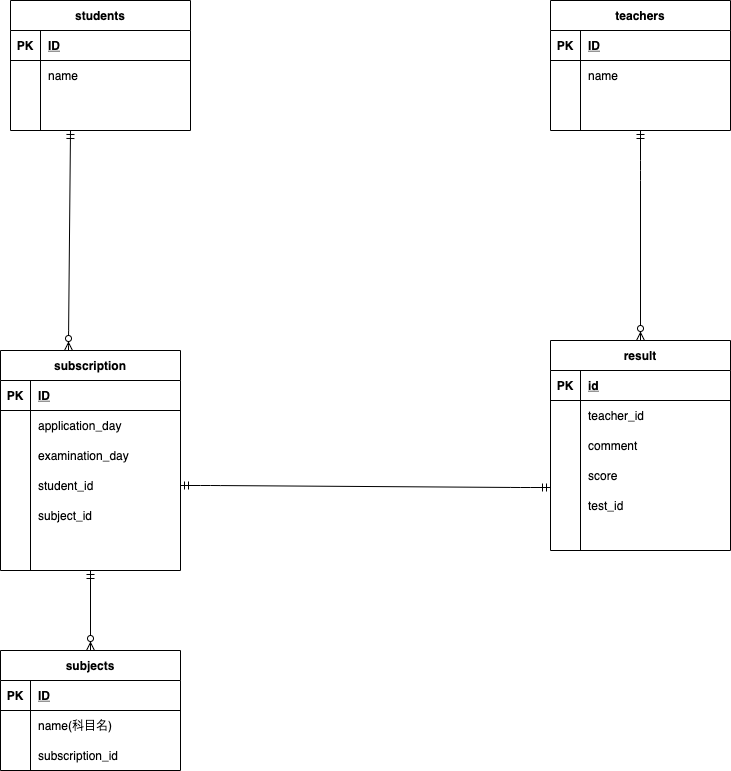
Above: index.drawio.png in mkiim/ERD (draw.io), before the change. Source tidied: cells renumbered, new cells last; positions are measured from the earlier drawing's top-left corner, leaving out a move shared by most shapes.
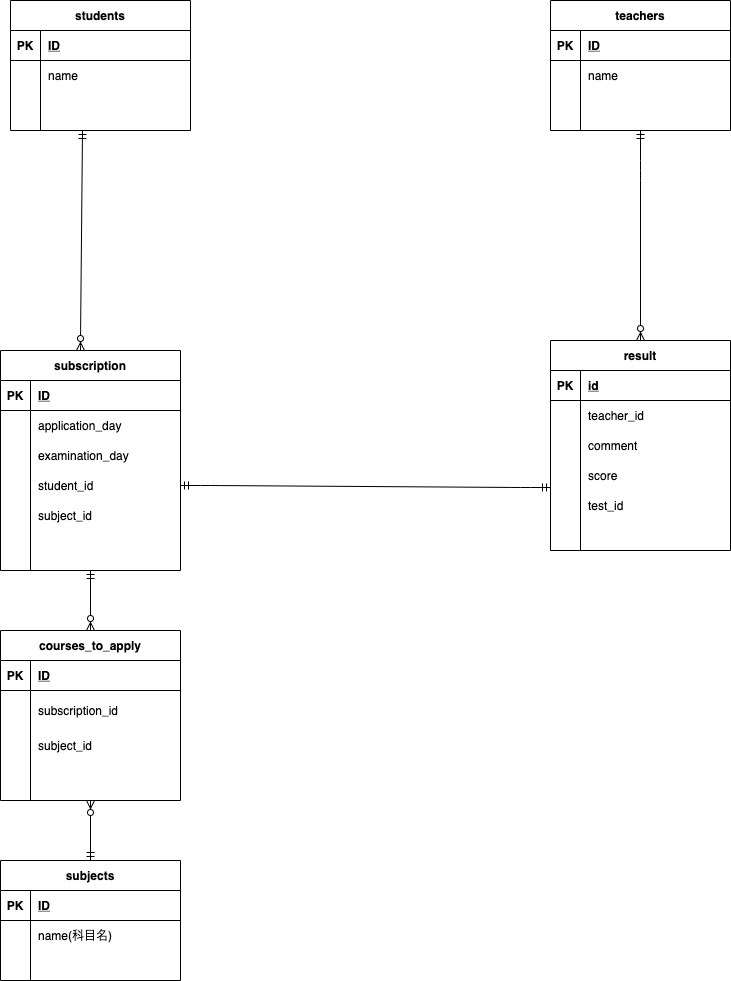
After the change.

Diff of the diagram source:
```diff
@@ -111,7 +111,7 @@
       <mxGeometry x="30" width="150" height="30" as="geometry" />
     </mxCell>
     <mxCell id="38" value="subjects" style="shape=table;startSize=30;rowLines=0;fontStyle=1;align=center;" parent="1" vertex="1">
-      <mxGeometry y="650" width="180" height="120" as="geometry" />
+      <mxGeometry y="860" width="180" height="120" as="geometry" />
     </mxCell>
     <mxCell id="39" style="shape=partialRectangle;fillColor=none;top=0;left=0;bottom=1;right=0;" parent="38" vertex="1">
       <mxGeometry y="30" width="180" height="30" as="geometry" />
@@ -137,7 +137,7 @@
     <mxCell id="46" style="shape=partialRectangle;fillColor=none;top=0;left=0;bottom=0;right=0;overflow=hidden;" parent="45" vertex="1">
       <mxGeometry width="30" height="30" as="geometry" />
     </mxCell>
-    <mxCell id="47" value="subscription_id" style="shape=partialRectangle;fillColor=none;top=0;left=0;bottom=0;right=0;align=left;spacingLeft=6;overflow=hidden;" parent="45" vertex="1">
+    <mxCell id="47" style="shape=partialRectangle;fillColor=none;top=0;left=0;bottom=0;right=0;align=left;spacingLeft=6;overflow=hidden;" parent="45" vertex="1">
       <mxGeometry x="30" width="150" height="30" as="geometry" />
     </mxCell>
     <mxCell id="48" style="fontSize=12;html=1;endArrow=ERzeroToMany;startArrow=ERmandOne;entryX=0.5;entryY=0;entryDx=0;entryDy=0;exitX=0.5;exitY=1;exitDx=0;exitDy=0;" parent="1" edge="1" source="12" target="22">
@@ -200,15 +200,59 @@
     </mxCell>
     <mxCell id="66" style="fontSize=12;html=1;endArrow=ERzeroToMany;startArrow=ERmandOne;" parent="1" edge="1">
       <mxGeometry relative="1" as="geometry">
-        <mxPoint x="70" y="130" as="sourcePoint" />
-        <mxPoint x="68" y="350" as="targetPoint" />
+        <mxPoint x="82" y="130" as="sourcePoint" />
+        <mxPoint x="80" y="350" as="targetPoint" />
         <Array as="points">
-          <mxPoint x="68" y="340" />
+          <mxPoint x="80" y="340" />
         </Array>
       </mxGeometry>
     </mxCell>
-    <mxCell id="67" style="fontSize=12;html=1;endArrow=ERzeroToMany;startArrow=ERmandOne;exitX=0.5;exitY=1;exitDx=0;exitDy=0;entryX=0.5;entryY=0;entryDx=0;entryDy=0;" parent="1" edge="1" source="50" target="38">
-      <mxGeometry relative="1" as="geometry" />
+    <mxCell id="67" value="courses_to_apply" style="shape=table;startSize=30;rowLines=0;fontStyle=1;align=center;" parent="1" vertex="1">
+      <mxGeometry y="630" width="180" height="170" as="geometry" />
     </mxCell>
+    <mxCell id="68" style="shape=partialRectangle;fillColor=none;top=0;left=0;bottom=1;right=0;" parent="67" vertex="1">
+      <mxGeometry y="30" width="180" height="30" as="geometry" />
+    </mxCell>
+    <mxCell id="69" value="PK" style="shape=partialRectangle;fillColor=none;top=0;left=0;bottom=0;right=0;fontStyle=1;overflow=hidden;" parent="68" vertex="1">
+      <mxGeometry width="30" height="30" as="geometry" />
+    </mxCell>
+    <mxCell id="70" value="ID" style="shape=partialRectangle;fillColor=none;top=0;left=0;bottom=0;right=0;align=left;spacingLeft=6;fontStyle=5;overflow=hidden;" parent="68" vertex="1">
+      <mxGeometry x="30" width="150" height="30" as="geometry" />
+    </mxCell>
+    <mxCell id="71" style="shape=partialRectangle;fillColor=none;top=0;left=0;bottom=0;right=0;" parent="67" vertex="1">
+      <mxGeometry y="60" width="180" height="40" as="geometry" />
+    </mxCell>
+    <mxCell id="72" style="shape=partialRectangle;fillColor=none;top=0;left=0;bottom=0;right=0;overflow=hidden;" parent="71" vertex="1">
+      <mxGeometry width="30" height="40" as="geometry" />
+    </mxCell>
+    <mxCell id="73" value="subscription_id" style="shape=partialRectangle;fillColor=none;top=0;left=0;bottom=0;right=0;align=left;spacingLeft=6;overflow=hidden;" parent="71" vertex="1">
+      <mxGeometry x="30" width="150" height="40" as="geometry" />
+    </mxCell>
+    <mxCell id="74" style="shape=partialRectangle;fillColor=none;top=0;left=0;bottom=0;right=0;" parent="67" vertex="1">
+      <mxGeometry y="100" width="180" height="30" as="geometry" />
+    </mxCell>
+    <mxCell id="75" style="shape=partialRectangle;fillColor=none;top=0;left=0;bottom=0;right=0;overflow=hidden;" parent="74" vertex="1">
+      <mxGeometry width="30" height="30" as="geometry" />
+    </mxCell>
+    <mxCell id="76" value="subject_id" style="shape=partialRectangle;fillColor=none;top=0;left=0;bottom=0;right=0;align=left;spacingLeft=6;overflow=hidden;" parent="74" vertex="1">
+      <mxGeometry x="30" width="150" height="30" as="geometry" />
+    </mxCell>
+    <mxCell id="77" style="shape=partialRectangle;fillColor=none;top=0;left=0;bottom=0;right=0;" parent="67" vertex="1">
+      <mxGeometry y="130" width="180" height="30" as="geometry" />
+    </mxCell>
+    <mxCell id="78" style="shape=partialRectangle;fillColor=none;top=0;left=0;bottom=0;right=0;overflow=hidden;" parent="77" vertex="1">
+      <mxGeometry width="30" height="30" as="geometry" />
+    </mxCell>
+    <mxCell id="79" style="shape=partialRectangle;fillColor=none;top=0;left=0;bottom=0;right=0;align=left;spacingLeft=6;overflow=hidden;" parent="77" vertex="1">
+      <mxGeometry x="30" width="150" height="30" as="geometry" />
+    </mxCell>
+    <mxCell id="80" style="fontSize=12;html=1;endArrow=ERzeroToMany;startArrow=ERmandOne;exitX=0.5;exitY=1;exitDx=0;exitDy=0;entryX=0.5;entryY=0;entryDx=0;entryDy=0;" parent="1" edge="1" source="50" target="67">
+      <mxGeometry relative="1" as="geometry" />
+    </mxCell>
+    <mxCell id="81" style="fontSize=12;html=1;endArrow=ERzeroToMany;startArrow=ERmandOne;exitX=0.5;exitY=0;exitDx=0;exitDy=0;" parent="1" edge="1" source="38">
+      <mxGeometry relative="1" as="geometry">
+        <mxPoint x="90" y="800" as="targetPoint" />
+      </mxGeometry>
+    </mxCell>
   </root>
 </mxGraphModel>
```
